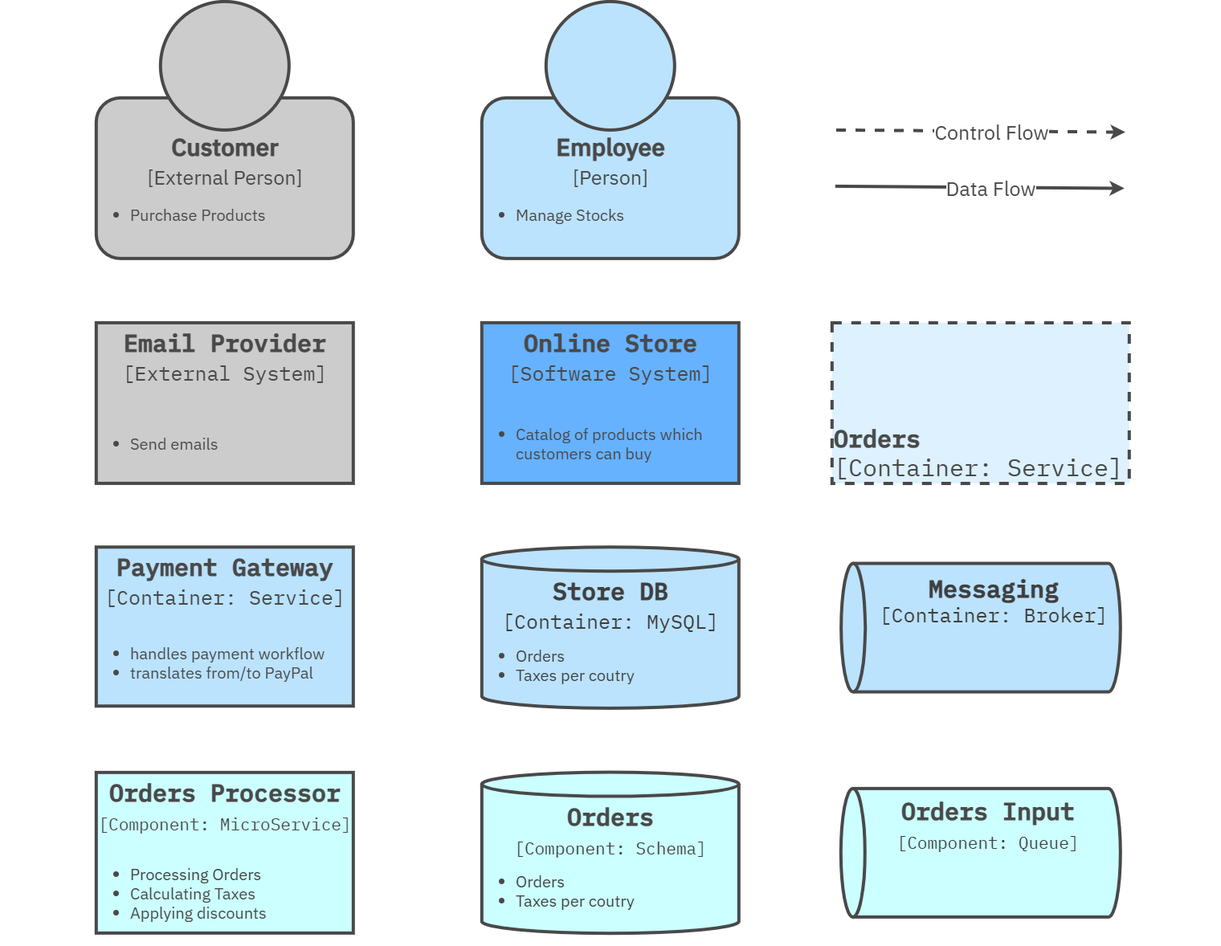
The draw.io diagram chapter-03/figure-3.11.drawio.png in software-architecture-guild/modeling-software-architecture, before a commit. Source tidied: cells renumbered, new cells last; positions are measured from the earlier drawing's top-left corner, leaving out a move shared by most shapes.
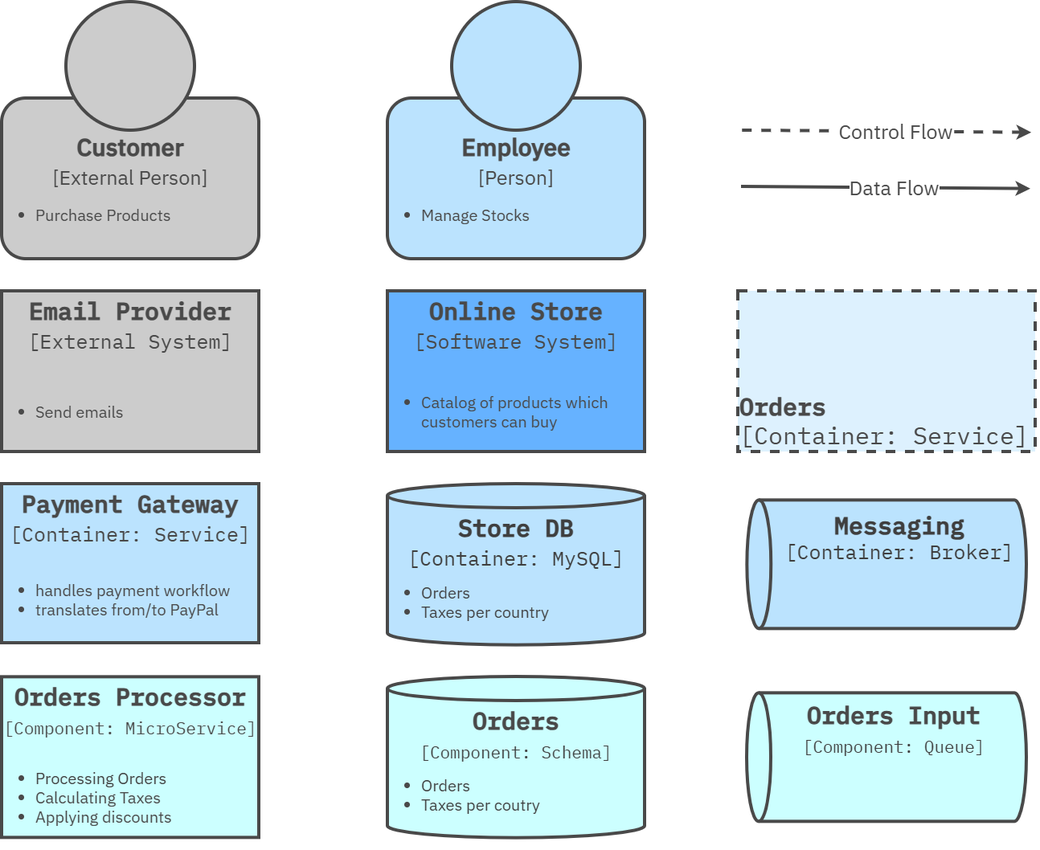
Later version of the same file.

Commit message:
improved resolution for 3.11

Change to the diagram source:
```diff
@@ -3,7 +3,7 @@
     <mxCell id="0" />
     <mxCell id="1" parent="0" />
     <mxCell id="2" style="rounded=0;whiteSpace=wrap;html=1;strokeColor=none;strokeWidth=3;fontStyle=1;fillColor=default;" parent="1" vertex="1">
-      <mxGeometry width="1520" height="1160" as="geometry" />
+      <mxGeometry x="120" width="1286" height="1040.3" as="geometry" />
     </mxCell>
     <mxCell id="3" value="&lt;b&gt;&lt;br&gt;Customer&lt;/b&gt;&lt;div&gt;&lt;font style=&quot;font-size: 25px;&quot;&gt;[External Person]&lt;/font&gt;&lt;/div&gt;" style="rounded=1;whiteSpace=wrap;html=1;strokeWidth=4;fillColor=#CCCCCC;fontColor=#494949;fontSize=30;verticalAlign=top;fontFamily=IBM Plex Sans;fontSource=https%3A%2F%2Ffonts.googleapis.com%2Fcss%3Ffamily%3DIBM%2BPlex%2BSans;strokeColor=#494949;" parent="1" vertex="1">
       <mxGeometry x="120" y="120" width="320" height="200" as="geometry" />
@@ -24,52 +24,52 @@
       <mxGeometry x="600" y="250" width="320" height="30" as="geometry" />
     </mxCell>
     <mxCell id="9" value="Email Provider&lt;div&gt;&lt;span style=&quot;font-weight: normal;&quot;&gt;&lt;font style=&quot;font-size: 25px;&quot;&gt;[External System]&lt;/font&gt;&lt;/span&gt;&lt;/div&gt;" style="rounded=0;whiteSpace=wrap;html=1;fillColor=#CCCCCC;strokeColor=#494949;strokeWidth=4;fontFamily=IBM Plex Mono;fontSource=https%3A%2F%2Ffonts.googleapis.com%2Fcss%3Ffamily%3DIBM%2BPlex%2BMono;fontSize=30;fontColor=#494949;verticalAlign=top;fontStyle=1;" parent="1" vertex="1">
-      <mxGeometry x="120" y="400" width="320" height="200" as="geometry" />
+      <mxGeometry x="120" y="360" width="320" height="200" as="geometry" />
     </mxCell>
     <mxCell id="10" value="&lt;ul&gt;&lt;li&gt;Send emails&lt;/li&gt;&lt;/ul&gt;" style="text;html=1;align=left;verticalAlign=middle;whiteSpace=wrap;rounded=0;fontColor=#494949;fontSize=20;fontFamily=IBM Plex Sans;fontSource=https%3A%2F%2Ffonts.googleapis.com%2Fcss%3Ffamily%3DIBM%2BPlex%2BSans;" parent="1" vertex="1">
-      <mxGeometry x="120" y="500" width="320" height="100" as="geometry" />
+      <mxGeometry x="120" y="460" width="320" height="100" as="geometry" />
     </mxCell>
     <mxCell id="11" value="&lt;div&gt;&lt;font style=&quot;&quot;&gt;Online Store&lt;/font&gt;&lt;/div&gt;&lt;div&gt;&lt;font style=&quot;font-weight: normal; font-size: 25px;&quot;&gt;[Software System]&lt;/font&gt;&lt;/div&gt;" style="rounded=0;whiteSpace=wrap;html=1;fillColor=#66B2FF;strokeColor=#494949;strokeWidth=4;fontFamily=IBM Plex Mono;fontSource=https%3A%2F%2Ffonts.googleapis.com%2Fcss%3Ffamily%3DIBM%2BPlex%2BMono;fontSize=30;fontColor=#494949;verticalAlign=top;fontStyle=1;" parent="1" vertex="1">
-      <mxGeometry x="600" y="400" width="320" height="200" as="geometry" />
+      <mxGeometry x="600" y="360" width="320" height="200" as="geometry" />
     </mxCell>
     <mxCell id="12" value="&lt;ul&gt;&lt;li&gt;Catalog of products which customers can buy&lt;/li&gt;&lt;/ul&gt;" style="text;html=1;align=left;verticalAlign=middle;whiteSpace=wrap;rounded=0;fontColor=#494949;fontSize=20;fontFamily=IBM Plex Sans;fontSource=https%3A%2F%2Ffonts.googleapis.com%2Fcss%3Ffamily%3DIBM%2BPlex%2BSans;" parent="1" vertex="1">
-      <mxGeometry x="600" y="500" width="320" height="100" as="geometry" />
+      <mxGeometry x="600" y="460" width="320" height="100" as="geometry" />
     </mxCell>
     <mxCell id="13" value="Payment Gateway&lt;div&gt;&lt;span style=&quot;font-weight: normal;&quot;&gt;&lt;font style=&quot;font-size: 25px;&quot;&gt;[Container: Service]&lt;/font&gt;&lt;/span&gt;&lt;/div&gt;" style="rounded=0;whiteSpace=wrap;html=1;fillColor=#bbe3fe;strokeColor=#494949;strokeWidth=4;fontFamily=IBM Plex Mono;fontSource=https%3A%2F%2Ffonts.googleapis.com%2Fcss%3Ffamily%3DIBM%2BPlex%2BMono;fontSize=30;fontColor=#494949;verticalAlign=top;fontStyle=1;" parent="1" vertex="1">
-      <mxGeometry x="120" y="679.3" width="320" height="198" as="geometry" />
+      <mxGeometry x="120" y="600" width="320" height="198" as="geometry" />
     </mxCell>
     <mxCell id="14" value="&lt;ul&gt;&lt;li&gt;handles payment workflow&lt;/li&gt;&lt;li&gt;translates from/to PayPal&lt;/li&gt;&lt;/ul&gt;" style="text;html=1;align=left;verticalAlign=middle;whiteSpace=wrap;rounded=0;fontColor=#494949;fontSize=20;fontFamily=IBM Plex Sans;fontSource=https%3A%2F%2Ffonts.googleapis.com%2Fcss%3Ffamily%3DIBM%2BPlex%2BSans;" parent="1" vertex="1">
-      <mxGeometry x="120" y="785.7" width="320" height="75" as="geometry" />
+      <mxGeometry x="120" y="706.3" width="320" height="75" as="geometry" />
     </mxCell>
     <mxCell id="15" value="&lt;div style=&quot;scrollbar-color: rgb(226, 226, 226) rgb(251, 251, 251); color: rgb(63, 63, 63);&quot;&gt;&lt;font&gt;Store DB&lt;/font&gt;&lt;/div&gt;&lt;div style=&quot;scrollbar-color: rgb(226, 226, 226) rgb(251, 251, 251); color: rgb(63, 63, 63);&quot;&gt;&lt;span style=&quot;scrollbar-color: rgb(226, 226, 226) rgb(251, 251, 251); color: rgb(63, 63, 63);&quot;&gt;&lt;font style=&quot;color: rgb(63, 63, 63); font-weight: normal; scrollbar-color: rgb(226, 226, 226) rgb(251, 251, 251); font-size: 25px;&quot;&gt;[Container: MySQL]&lt;/font&gt;&lt;/span&gt;&lt;/div&gt;" style="shape=cylinder3;whiteSpace=wrap;html=1;boundedLbl=1;backgroundOutline=1;size=15;rounded=0;strokeColor=#494949;strokeWidth=4;align=center;verticalAlign=top;fontFamily=IBM Plex Mono;fontSource=https%3A%2F%2Ffonts.googleapis.com%2Fcss%3Ffamily%3DIBM%2BPlex%2BMono;fontSize=30;fontColor=#494949;fontStyle=1;fillColor=#BBE3FE;" parent="1" vertex="1">
-      <mxGeometry x="600" y="679.3" width="320" height="200.7" as="geometry" />
+      <mxGeometry x="600" y="600" width="320" height="200.7" as="geometry" />
     </mxCell>
-    <mxCell id="16" value="&lt;ul&gt;&lt;li&gt;&lt;span style=&quot;color: rgb(63, 63, 63); background-color: transparent;&quot;&gt;Orders&lt;/span&gt;&lt;/li&gt;&lt;li&gt;&lt;span style=&quot;color: rgb(63, 63, 63); background-color: transparent;&quot;&gt;Taxes per coutry&lt;/span&gt;&lt;/li&gt;&lt;/ul&gt;" style="text;html=1;align=left;verticalAlign=middle;whiteSpace=wrap;rounded=0;fontColor=#494949;fontSize=20;fontFamily=IBM Plex Sans;fontSource=https%3A%2F%2Ffonts.googleapis.com%2Fcss%3Ffamily%3DIBM%2BPlex%2BSans;" parent="1" vertex="1">
-      <mxGeometry x="600" y="791" width="320" height="70.7" as="geometry" />
+    <mxCell id="16" value="&lt;ul&gt;&lt;li&gt;&lt;span style=&quot;color: rgb(63, 63, 63); background-color: transparent;&quot;&gt;Orders&lt;/span&gt;&lt;/li&gt;&lt;li&gt;&lt;span style=&quot;color: rgb(63, 63, 63); background-color: transparent;&quot;&gt;Taxes per country&lt;/span&gt;&lt;/li&gt;&lt;/ul&gt;" style="text;html=1;align=left;verticalAlign=middle;whiteSpace=wrap;rounded=0;fontColor=#494949;fontSize=20;fontFamily=IBM Plex Sans;fontSource=https%3A%2F%2Ffonts.googleapis.com%2Fcss%3Ffamily%3DIBM%2BPlex%2BSans;" parent="1" vertex="1">
+      <mxGeometry x="600" y="711.7" width="320" height="70.7" as="geometry" />
     </mxCell>
     <mxCell id="17" style="shape=cylinder3;whiteSpace=wrap;html=1;boundedLbl=1;backgroundOutline=1;size=15;rounded=0;strokeColor=#494949;strokeWidth=4;align=center;verticalAlign=top;fontFamily=IBM Plex Mono;fontSource=https%3A%2F%2Ffonts.googleapis.com%2Fcss%3Ffamily%3DIBM%2BPlex%2BMono;fontSize=30;fontColor=#494949;fontStyle=1;fillColor=#BBE3FE;rotation=-90;" parent="1" vertex="1">
-      <mxGeometry x="1141.2" y="605.8" width="160" height="347.7" as="geometry" />
+      <mxGeometry x="1141.2" y="526.5" width="160" height="347.7" as="geometry" />
     </mxCell>
     <mxCell id="18" value="&lt;div style=&quot;scrollbar-color: rgb(226, 226, 226) rgb(251, 251, 251); font-family: &amp;quot;IBM Plex Mono&amp;quot;; color: rgb(63, 63, 63);&quot;&gt;&lt;span style=&quot;scrollbar-color: rgb(226, 226, 226) rgb(251, 251, 251); color: rgb(63, 63, 63);&quot;&gt;&lt;font style=&quot;color: rgb(63, 63, 63); scrollbar-color: rgb(226, 226, 226) rgb(251, 251, 251); font-size: 30px;&quot;&gt;&lt;b&gt;Messaging&lt;/b&gt;&lt;/font&gt;&lt;/span&gt;&lt;/div&gt;&lt;div style=&quot;scrollbar-color: rgb(226, 226, 226) rgb(251, 251, 251); font-family: &amp;quot;IBM Plex Mono&amp;quot;; color: rgb(63, 63, 63);&quot;&gt;&lt;span style=&quot;scrollbar-color: rgb(226, 226, 226) rgb(251, 251, 251); color: rgb(63, 63, 63);&quot;&gt;&lt;font style=&quot;color: rgb(63, 63, 63); font-weight: normal; scrollbar-color: rgb(226, 226, 226) rgb(251, 251, 251); font-size: 25px;&quot;&gt;[Container: Broker]&lt;/font&gt;&lt;/span&gt;&lt;/div&gt;" style="text;html=1;align=center;verticalAlign=middle;whiteSpace=wrap;rounded=0;fontColor=#494949;fontSize=20;fontFamily=IBM Plex Sans;fontSource=https%3A%2F%2Ffonts.googleapis.com%2Fcss%3Ffamily%3DIBM%2BPlex%2BSans;" parent="1" vertex="1">
-      <mxGeometry x="1087" y="700" width="300" height="90" as="geometry" />
+      <mxGeometry x="1087" y="620.7" width="300" height="90" as="geometry" />
     </mxCell>
     <mxCell id="19" value="Orders Processor&lt;div&gt;&lt;span style=&quot;font-weight: normal;&quot;&gt;&lt;font style=&quot;font-size: 21px;&quot;&gt;[Component: MicroService]&lt;/font&gt;&lt;/span&gt;&lt;/div&gt;" style="rounded=0;whiteSpace=wrap;html=1;fillColor=#CCFFFF;strokeColor=#494949;strokeWidth=4;fontFamily=IBM Plex Mono;fontSource=https%3A%2F%2Ffonts.googleapis.com%2Fcss%3Ffamily%3DIBM%2BPlex%2BMono;fontSize=30;fontColor=#494949;verticalAlign=top;fontStyle=1;" parent="1" vertex="1">
-      <mxGeometry x="120" y="960" width="320" height="200" as="geometry" />
+      <mxGeometry x="120" y="840.3" width="320" height="200" as="geometry" />
     </mxCell>
     <mxCell id="20" value="&lt;ul&gt;&lt;li&gt;&lt;span style=&quot;background-color: transparent; color: rgb(63, 63, 63);&quot;&gt;Processing Orders&lt;/span&gt;&lt;/li&gt;&lt;li&gt;Calculating Taxes&lt;/li&gt;&lt;li&gt;Applying discounts&lt;/li&gt;&lt;/ul&gt;" style="text;html=1;align=left;verticalAlign=middle;whiteSpace=wrap;rounded=0;fontColor=#494949;fontSize=20;fontFamily=IBM Plex Sans;fontSource=https%3A%2F%2Ffonts.googleapis.com%2Fcss%3Ffamily%3DIBM%2BPlex%2BSans;" parent="1" vertex="1">
-      <mxGeometry x="120" y="1070" width="320" height="80" as="geometry" />
+      <mxGeometry x="120" y="950.3" width="320" height="80" as="geometry" />
     </mxCell>
     <mxCell id="21" value="&lt;span style=&quot;color: rgb(73, 73, 73);&quot;&gt;Orders&lt;/span&gt;&lt;div style=&quot;color: rgb(63, 63, 63); scrollbar-color: rgb(226, 226, 226) rgb(251, 251, 251);&quot;&gt;&lt;span style=&quot;color: rgb(63, 63, 63); scrollbar-color: rgb(226, 226, 226) rgb(251, 251, 251); font-weight: normal;&quot;&gt;&lt;font style=&quot;color: rgb(63, 63, 63); scrollbar-color: rgb(226, 226, 226) rgb(251, 251, 251); font-size: 21px;&quot;&gt;[Component: Schema]&lt;/font&gt;&lt;/span&gt;&lt;/div&gt;" style="shape=cylinder3;whiteSpace=wrap;html=1;boundedLbl=1;backgroundOutline=1;size=15;rounded=0;strokeColor=#494949;strokeWidth=4;align=center;verticalAlign=top;fontFamily=IBM Plex Mono;fontSource=https%3A%2F%2Ffonts.googleapis.com%2Fcss%3Ffamily%3DIBM%2BPlex%2BMono;fontSize=30;fontColor=#494949;fontStyle=1;fillColor=#CCFFFF;" parent="1" vertex="1">
-      <mxGeometry x="600" y="959.7" width="320" height="200.7" as="geometry" />
+      <mxGeometry x="600" y="840" width="320" height="200.7" as="geometry" />
     </mxCell>
     <mxCell id="22" value="&lt;ul&gt;&lt;li&gt;&lt;span style=&quot;color: rgb(63, 63, 63); background-color: transparent;&quot;&gt;Orders&lt;/span&gt;&lt;/li&gt;&lt;li&gt;&lt;span style=&quot;color: rgb(63, 63, 63); background-color: transparent;&quot;&gt;Taxes per coutry&lt;/span&gt;&lt;/li&gt;&lt;/ul&gt;" style="text;html=1;align=left;verticalAlign=middle;whiteSpace=wrap;rounded=0;fontColor=#494949;fontSize=20;fontFamily=IBM Plex Sans;fontSource=https%3A%2F%2Ffonts.googleapis.com%2Fcss%3Ffamily%3DIBM%2BPlex%2BSans;" parent="1" vertex="1">
-      <mxGeometry x="600" y="1071.3" width="320" height="70.7" as="geometry" />
+      <mxGeometry x="600" y="951.7" width="320" height="70.7" as="geometry" />
     </mxCell>
     <mxCell id="23" style="shape=cylinder3;whiteSpace=wrap;html=1;boundedLbl=1;backgroundOutline=1;size=15;rounded=0;strokeColor=#494949;strokeWidth=4;align=center;verticalAlign=top;fontFamily=IBM Plex Mono;fontSource=https%3A%2F%2Ffonts.googleapis.com%2Fcss%3Ffamily%3DIBM%2BPlex%2BMono;fontSize=30;fontColor=#494949;fontStyle=1;fillColor=#CCFFFF;rotation=-90;" parent="1" vertex="1">
-      <mxGeometry x="1141" y="886" width="160" height="348" as="geometry" />
+      <mxGeometry x="1141" y="766.3" width="160" height="348" as="geometry" />
     </mxCell>
     <mxCell id="24" value="&lt;span style=&quot;color: rgb(73, 73, 73); font-family: &amp;quot;IBM Plex Mono&amp;quot;; font-size: 30px; font-weight: 700;&quot;&gt;Orders Input&lt;/span&gt;&lt;div style=&quot;color: rgb(63, 63, 63); scrollbar-color: rgb(226, 226, 226) rgb(251, 251, 251); font-family: &amp;quot;IBM Plex Mono&amp;quot;; font-size: 30px; font-weight: 700;&quot;&gt;&lt;span style=&quot;color: rgb(63, 63, 63); scrollbar-color: rgb(226, 226, 226) rgb(251, 251, 251); font-weight: normal;&quot;&gt;&lt;font style=&quot;color: rgb(63, 63, 63); scrollbar-color: rgb(226, 226, 226) rgb(251, 251, 251); font-size: 21px;&quot;&gt;[Component: Queue]&lt;/font&gt;&lt;/span&gt;&lt;/div&gt;" style="text;html=1;align=center;verticalAlign=middle;whiteSpace=wrap;rounded=0;fontColor=#494949;fontSize=20;fontFamily=IBM Plex Sans;fontSource=https%3A%2F%2Ffonts.googleapis.com%2Fcss%3Ffamily%3DIBM%2BPlex%2BSans;" parent="1" vertex="1">
-      <mxGeometry x="1080" y="980" width="300" height="90" as="geometry" />
+      <mxGeometry x="1080" y="860.3" width="300" height="90" as="geometry" />
     </mxCell>
     <mxCell id="25" style="edgeStyle=none;shape=connector;rounded=1;html=1;exitX=1;exitY=0.5;exitDx=0;exitDy=0;strokeColor=#494949;strokeWidth=4;align=center;verticalAlign=middle;fontFamily=IBM Plex Sans;fontSource=https%3A%2F%2Ffonts.googleapis.com%2Fcss%3Ffamily%3DIBM%2BPlex%2BSans;fontSize=25;fontColor=#494949;labelBackgroundColor=#DDF1FE;endArrow=classic;" parent="1" edge="1">
       <mxGeometry relative="1" as="geometry">
@@ -94,7 +94,7 @@
       </mxGeometry>
     </mxCell>
     <mxCell id="29" value="Orders&lt;br&gt;&lt;span style=&quot;font-weight: normal;&quot;&gt;[Container: Service]&lt;/span&gt;" style="rounded=0;whiteSpace=wrap;html=1;fillColor=#DDF1FE;strokeColor=#494949;strokeWidth=4;perimeterSpacing=1;dashed=1;verticalAlign=bottom;fontSize=30;fontColor=#494949;fontFamily=IBM Plex Mono;fontSource=https%3A%2F%2Ffonts.googleapis.com%2Fcss%3Ffamily%3DIBM%2BPlex%2BMono;fontStyle=1;align=left;" parent="1" vertex="1">
-      <mxGeometry x="1036" y="400" width="370" height="200" as="geometry" />
+      <mxGeometry x="1036" y="360" width="370" height="200" as="geometry" />
     </mxCell>
   </root>
 </mxGraphModel>
```
